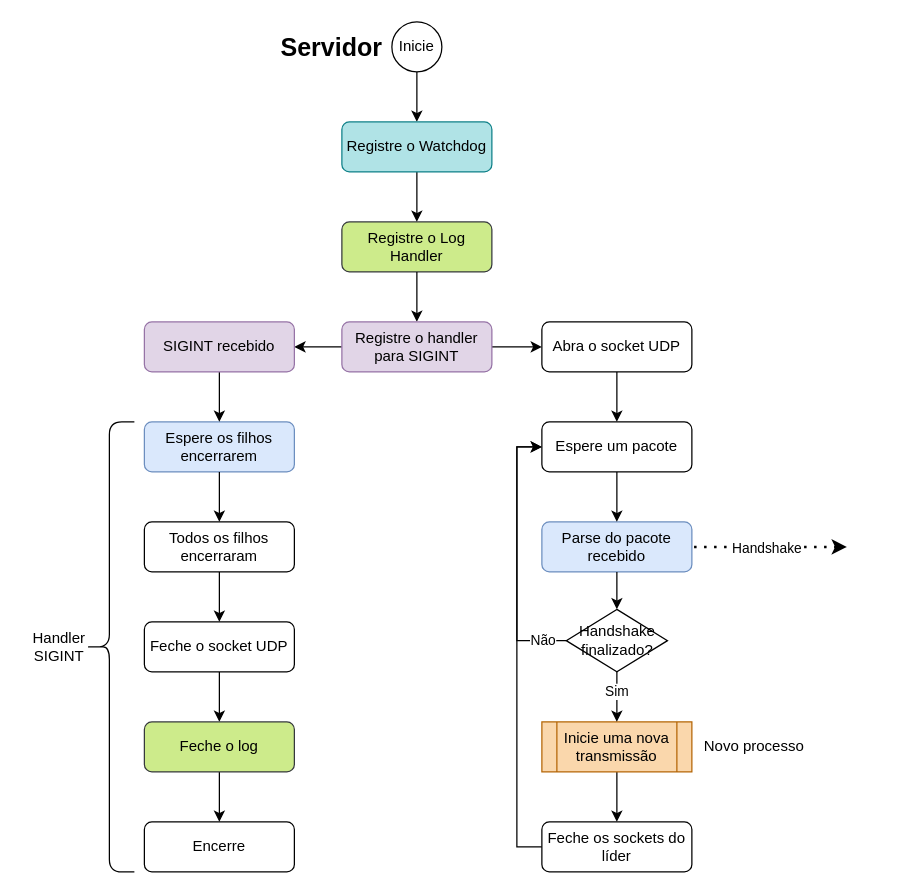
Earlier version of the draw.io diagram page "Server" (1 of 7) of client-server.drawio (nico-ig/UDP-Video-Streaming). Source tidied: cells renumbered, new cells numbered last; positions are measured from the earlier drawing's top-left corner, leaving out a move shared by most shapes. Both pictures are drawn from the tidied source at 125%, with x=0, y=0 at pixel (21, 21).
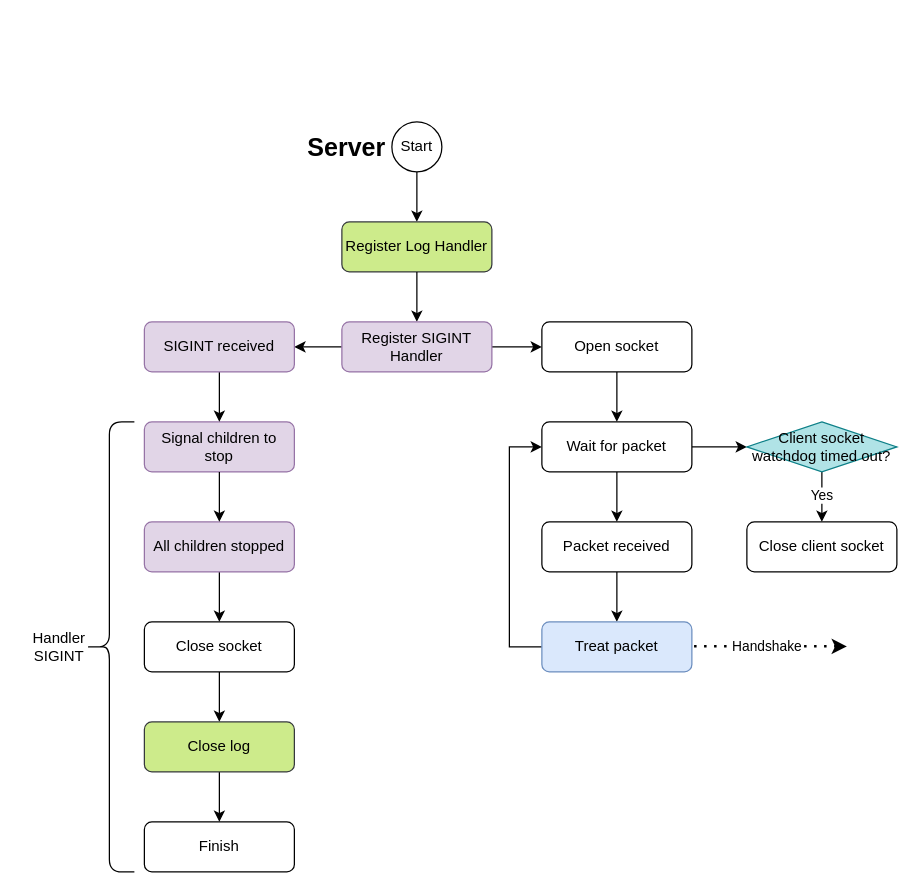
After the change.

What changed in the source:
```diff
@@
-    <mxCell id="2" value="&lt;b&gt;&lt;font style=&quot;font-size: 20px;&quot;&gt;Servidor&lt;/font&gt;&lt;/b&gt;" style="text;html=1;strokeColor=none;fillColor=none;align=center;verticalAlign=middle;whiteSpace=wrap;rounded=0;" parent="1" vertex="1">
-      <mxGeometry x="218" y="5" width="60" height="30" as="geometry" />
+    <mxCell id="2" value="&lt;font size=&quot;1&quot;&gt;&lt;b style=&quot;font-size: 20px;&quot;&gt;Server&lt;/b&gt;&lt;/font&gt;" style="text;html=1;strokeColor=none;fillColor=none;align=center;verticalAlign=middle;whiteSpace=wrap;rounded=0;" parent="1" vertex="1">
+      <mxGeometry x="230" y="85" width="60" height="30" as="geometry" />
     </mxCell>
-    <mxCell id="3" style="edgeStyle=orthogonalEdgeStyle;rounded=0;jettySize=auto;html=1;" parent="1" edge="1" source="4" target="38">
-      <mxGeometry relative="1" as="geometry" />
-    </mxCell>
+    <mxCell id="41" style="edgeStyle=orthogonalEdgeStyle;rounded=0;jettySize=auto;html=1;exitX=0.5;exitY=1;exitDx=0;exitDy=0;entryX=0.5;entryY=0;entryDx=0;entryDy=0;" parent="1" edge="1" source="4" target="5">
+      <mxGeometry relative="1" as="geometry" />
+    </mxCell>
-    <mxCell id="4" value="Inicie" style="ellipse;whiteSpace=wrap;html=1;" parent="1" vertex="1">
-      <mxGeometry x="296" width="40" height="40" as="geometry" />
+    <mxCell id="4" value="Start" style="ellipse;whiteSpace=wrap;html=1;" parent="1" vertex="1">
+      <mxGeometry x="296" y="80" width="40" height="40" as="geometry" />
     </mxCell>
-    <mxCell id="5" value="Registre o Log Handler" style="rounded=1;whiteSpace=wrap;html=1;fillColor=#cdeb8b;strokeColor=#36393d;" parent="1" vertex="1">
+    <mxCell id="5" value="Register Log Handler" style="rounded=1;whiteSpace=wrap;html=1;fillColor=#cdeb8b;strokeColor=#36393d;" parent="1" vertex="1">
       <mxGeometry x="256" y="160" width="120" height="40" as="geometry" />
     </mxCell>
@@
-    <mxCell id="7" value="Abra o socket UDP" style="rounded=1;whiteSpace=wrap;html=1;" parent="1" vertex="1">
+    <mxCell id="7" value="Open socket" style="rounded=1;whiteSpace=wrap;html=1;" parent="1" vertex="1">
       <mxGeometry x="416" y="240" width="120" height="40" as="geometry" />
     </mxCell>
+    <mxCell id="42" style="edgeStyle=orthogonalEdgeStyle;rounded=0;jettySize=auto;html=1;" parent="1" edge="1" source="8" target="48">
+      <mxGeometry relative="1" as="geometry" />
+    </mxCell>
-    <mxCell id="8" value="Espere um pacote" style="rounded=1;whiteSpace=wrap;html=1;" parent="1" vertex="1">
+    <mxCell id="8" value="Wait for packet" style="rounded=1;whiteSpace=wrap;html=1;" parent="1" vertex="1">
       <mxGeometry x="416" y="320" width="120" height="40" as="geometry" />
     </mxCell>
@@
+    <mxCell id="43" style="edgeStyle=orthogonalEdgeStyle;rounded=0;jettySize=auto;html=1;" parent="1" edge="1" source="10" target="45">
+      <mxGeometry relative="1" as="geometry" />
+    </mxCell>
-    <mxCell id="10" value="Parse do pacote recebido" style="rounded=1;whiteSpace=wrap;html=1;fillColor=#dae8fc;strokeColor=#6c8ebf;" parent="1" vertex="1">
+    <mxCell id="10" value="Packet received" style="rounded=1;whiteSpace=wrap;html=1;" parent="1" vertex="1">
       <mxGeometry x="416" y="400" width="120" height="40" as="geometry" />
     </mxCell>
@@
-    <mxCell id="14" value="Registre o handler para SIGINT" style="rounded=1;whiteSpace=wrap;html=1;fillColor=#e1d5e7;strokeColor=#9673a6;" parent="1" vertex="1">
+    <mxCell id="14" value="Register SIGINT Handler" style="rounded=1;whiteSpace=wrap;html=1;fillColor=#e1d5e7;strokeColor=#9673a6;" parent="1" vertex="1">
       <mxGeometry x="256" y="240" width="120" height="40" as="geometry" />
     </mxCell>
-    <mxCell id="15" style="edgeStyle=orthogonalEdgeStyle;rounded=0;jettySize=auto;html=1;" parent="1" edge="1" source="16" target="18">
-      <mxGeometry relative="1" as="geometry" />
-    </mxCell>
-    <mxCell id="16" value="Inicie uma nova transmissão" style="shape=process;whiteSpace=wrap;html=1;backgroundOutline=1;fillColor=#fad7ac;strokeColor=#b46504;" parent="1" vertex="1">
-      <mxGeometry x="416" y="560" width="120" height="40" as="geometry" />
-    </mxCell>
-    <mxCell id="17" style="edgeStyle=orthogonalEdgeStyle;rounded=0;jettySize=auto;html=1;exitX=0;exitY=0.5;exitDx=0;exitDy=0;entryX=0;entryY=0.5;entryDx=0;entryDy=0;" parent="1" edge="1" source="18" target="8">
-      <mxGeometry relative="1" as="geometry" />
-    </mxCell>
-    <mxCell id="18" value="Feche os sockets do líder" style="rounded=1;whiteSpace=wrap;html=1;" parent="1" vertex="1">
-      <mxGeometry x="416" y="640" width="120" height="40" as="geometry" />
-    </mxCell>
-    <mxCell id="19" value="Sim" style="edgeStyle=orthogonalEdgeStyle;rounded=0;jettySize=auto;html=1;exitX=0.5;exitY=1;exitDx=0;exitDy=0;entryX=0.5;entryY=0;entryDx=0;entryDy=0;" parent="1" edge="1" source="21" target="16">
-      <mxGeometry x="-0.2" relative="1" as="geometry" />
-    </mxCell>
-    <mxCell id="20" value="Não" style="edgeStyle=orthogonalEdgeStyle;rounded=0;jettySize=auto;html=1;exitX=0;exitY=0.5;exitDx=0;exitDy=0;entryX=0;entryY=0.5;entryDx=0;entryDy=0;" parent="1" edge="1" source="21" target="8">
-      <mxGeometry x="-0.82" relative="1" as="geometry" />
-    </mxCell>
-    <mxCell id="21" value="Handshake finalizado?" style="rhombus;whiteSpace=wrap;html=1;" parent="1" vertex="1">
-      <mxGeometry x="435.5" y="470" width="81" height="50" as="geometry" />
-    </mxCell>
-    <mxCell id="22" style="edgeStyle=orthogonalEdgeStyle;rounded=0;jettySize=auto;html=1;" parent="1" edge="1" source="10" target="21">
-      <mxGeometry relative="1" as="geometry" />
-    </mxCell>
-    <mxCell id="23" value="Encerre" style="rounded=1;whiteSpace=wrap;html=1;" parent="1" vertex="1">
+    <mxCell id="23" value="Finish" style="rounded=1;whiteSpace=wrap;html=1;" parent="1" vertex="1">
       <mxGeometry x="98" y="640" width="120" height="40" as="geometry" />
     </mxCell>
@@
-    <mxCell id="25" value="Feche o socket UDP" style="rounded=1;whiteSpace=wrap;html=1;" parent="1" vertex="1">
+    <mxCell id="25" value="Close socket" style="rounded=1;whiteSpace=wrap;html=1;" parent="1" vertex="1">
       <mxGeometry x="98" y="480" width="120" height="40" as="geometry" />
     </mxCell>
-    <mxCell id="26" value="Espere os filhos encerrarem" style="rounded=1;whiteSpace=wrap;html=1;fillColor=#dae8fc;strokeColor=#6c8ebf;" parent="1" vertex="1">
+    <mxCell id="26" value="Signal children to stop" style="rounded=1;whiteSpace=wrap;html=1;fillColor=#e1d5e7;strokeColor=#9673a6;" parent="1" vertex="1">
       <mxGeometry x="98" y="320" width="120" height="40" as="geometry" />
     </mxCell>
@@
-    <mxCell id="28" value="Todos os filhos encerraram" style="rounded=1;whiteSpace=wrap;html=1;" parent="1" vertex="1">
+    <mxCell id="28" value="All children stopped" style="rounded=1;whiteSpace=wrap;html=1;fillColor=#e1d5e7;strokeColor=#9673a6;" parent="1" vertex="1">
       <mxGeometry x="98" y="400" width="120" height="40" as="geometry" />
     </mxCell>
@@
-    <mxCell id="31" value="Feche o log" style="rounded=1;whiteSpace=wrap;html=1;fillColor=#cdeb8b;strokeColor=#36393d;" parent="1" vertex="1">
+    <mxCell id="31" value="Close log" style="rounded=1;whiteSpace=wrap;html=1;fillColor=#cdeb8b;strokeColor=#36393d;" parent="1" vertex="1">
       <mxGeometry x="98" y="560" width="120" height="40" as="geometry" />
     </mxCell>
@@
-    <mxCell id="33" value="SIGINT recebido" style="rounded=1;whiteSpace=wrap;html=1;fillColor=#e1d5e7;strokeColor=#9673a6;" parent="1" vertex="1">
+    <mxCell id="33" value="SIGINT received" style="rounded=1;whiteSpace=wrap;html=1;fillColor=#e1d5e7;strokeColor=#9673a6;" parent="1" vertex="1">
       <mxGeometry x="98" y="240" width="120" height="40" as="geometry" />
     </mxCell>
@@
-    <mxCell id="36" value="Novo processo" style="text;html=1;strokeColor=none;fillColor=none;align=center;verticalAlign=middle;whiteSpace=wrap;rounded=0;" parent="1" vertex="1">
-      <mxGeometry x="536" y="565" width="100" height="30" as="geometry" />
-    </mxCell>
-    <mxCell id="37" style="edgeStyle=orthogonalEdgeStyle;rounded=0;jettySize=auto;html=1;exitX=0.5;exitY=1;exitDx=0;exitDy=0;entryX=0.5;entryY=0;entryDx=0;entryDy=0;" parent="1" edge="1" source="38" target="5">
-      <mxGeometry relative="1" as="geometry" />
-    </mxCell>
-    <mxCell id="38" value="Registre o Watchdog" style="rounded=1;whiteSpace=wrap;html=1;fillColor=#b0e3e6;strokeColor=#0e8088;" parent="1" vertex="1">
-      <mxGeometry x="256" y="80" width="120" height="40" as="geometry" />
-    </mxCell>
-    <mxCell id="39" style="endArrow=none;dashed=1;html=1;dashPattern=1 3;strokeWidth=2;rounded=0;startArrow=classic;startFill=1;entryX=1;entryY=0.5;entryDx=0;entryDy=0;" parent="1" edge="1" target="10">
+    <mxCell id="39" style="endArrow=none;dashed=1;html=1;dashPattern=1 3;strokeWidth=2;rounded=0;startArrow=classic;startFill=1;entryX=1;entryY=0.489;entryDx=0;entryDy=0;entryPerimeter=0;" parent="1" edge="1" target="45">
       <mxGeometry relative="1" as="geometry">
-        <mxPoint x="660" y="420" as="sourcePoint" />
+        <mxPoint x="660" y="499.6" as="sourcePoint" />
       </mxGeometry>
     </mxCell>
@@
+    <mxCell id="44" style="edgeStyle=orthogonalEdgeStyle;rounded=0;jettySize=auto;html=1;exitX=0;exitY=0.5;exitDx=0;exitDy=0;entryX=0;entryY=0.5;entryDx=0;entryDy=0;" parent="1" edge="1" source="45" target="8">
+      <mxGeometry relative="1" as="geometry">
+        <Array as="points">
+          <mxPoint x="390" y="500" />
+          <mxPoint x="390" y="340" />
+        </Array>
+      </mxGeometry>
+    </mxCell>
+    <mxCell id="45" value="Treat packet" style="rounded=1;whiteSpace=wrap;html=1;fillColor=#dae8fc;strokeColor=#6c8ebf;" parent="1" vertex="1">
+      <mxGeometry x="416" y="480" width="120" height="40" as="geometry" />
+    </mxCell>
+    <mxCell id="46" style="edgeStyle=orthogonalEdgeStyle;rounded=0;jettySize=auto;html=1;" parent="1" edge="1" source="48" target="49">
+      <mxGeometry relative="1" as="geometry" />
+    </mxCell>
+    <mxCell id="47" value="Yes" style="edgeLabel;html=1;align=center;verticalAlign=middle;" parent="46" vertex="1">
+      <mxGeometry x="-0.1" y="-1" relative="1" as="geometry" />
+    </mxCell>
+    <mxCell id="48" value="Client socket watchdog timed out?" style="rhombus;whiteSpace=wrap;html=1;fillColor=#b0e3e6;strokeColor=#0e8088;" parent="1" vertex="1">
+      <mxGeometry x="580" y="320" width="120" height="40" as="geometry" />
+    </mxCell>
+    <mxCell id="49" value="Close client socket" style="rounded=1;whiteSpace=wrap;html=1;" parent="1" vertex="1">
+      <mxGeometry x="580" y="400" width="120" height="40" as="geometry" />
+    </mxCell>
```
